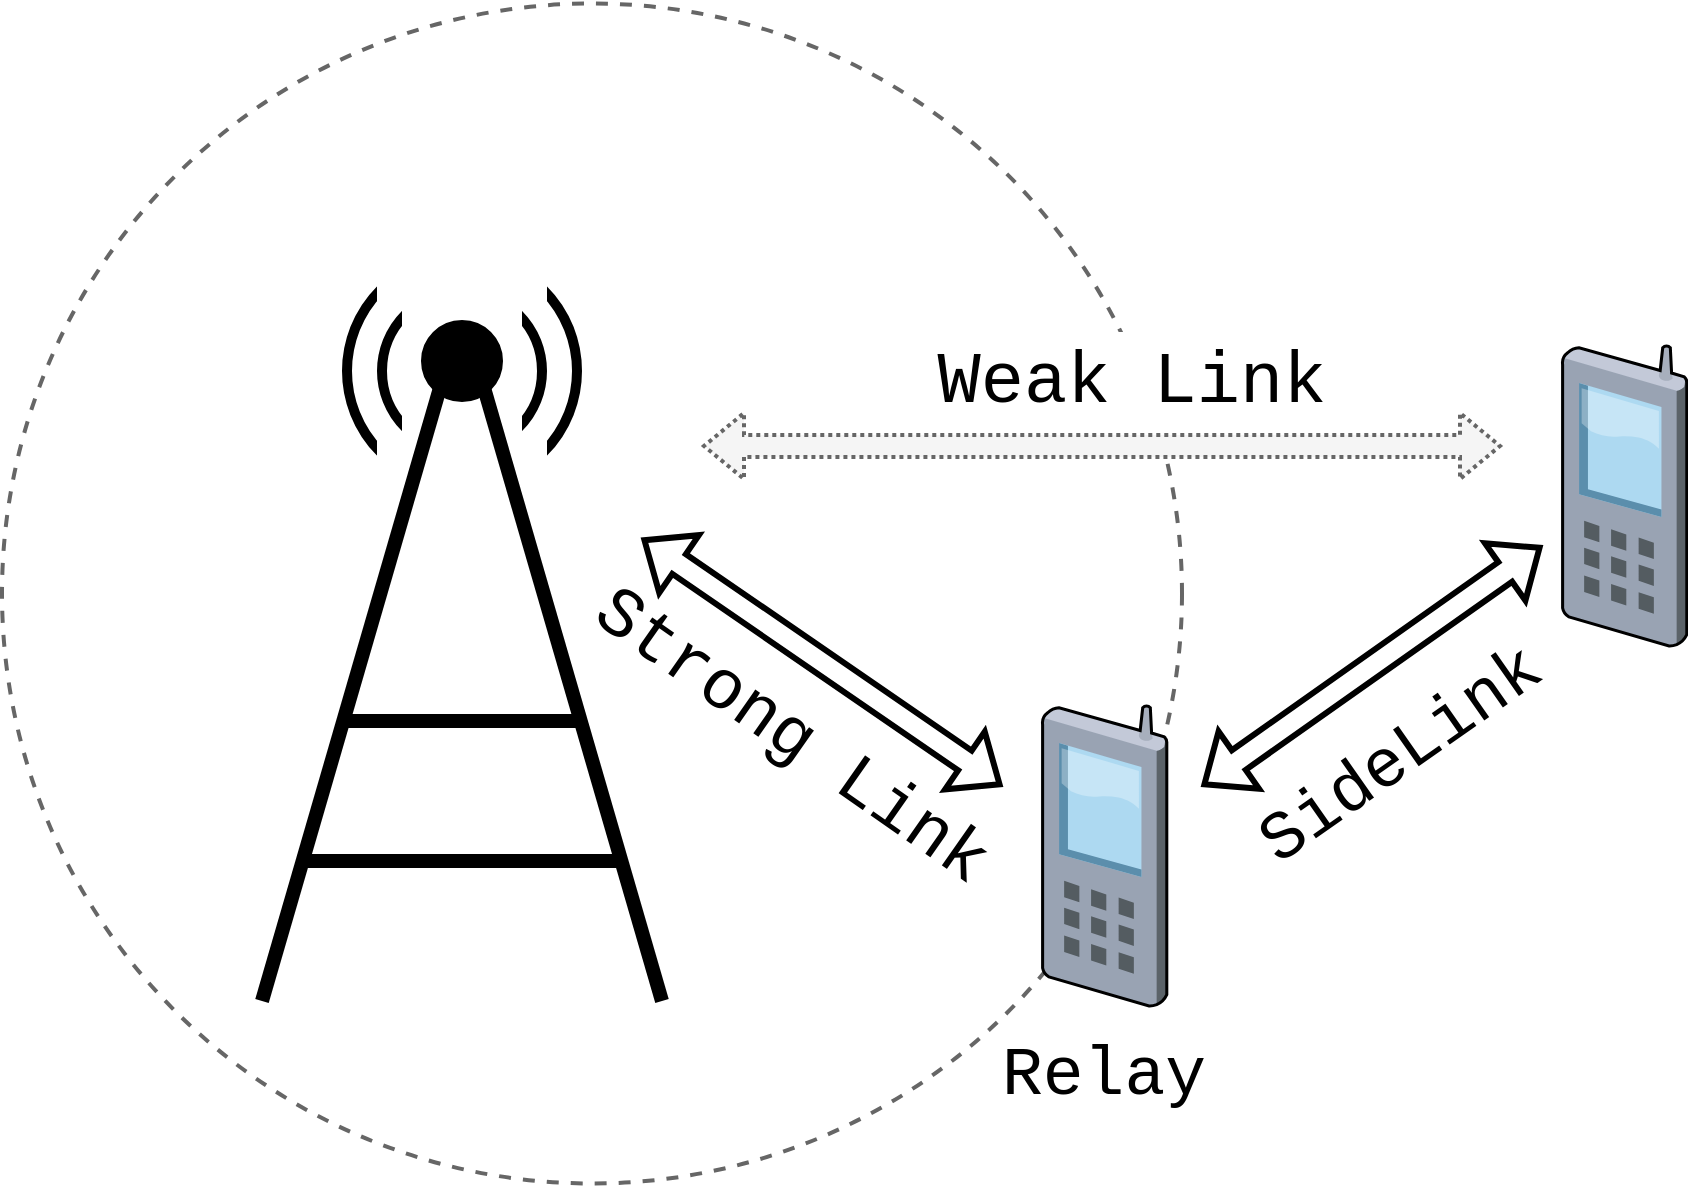
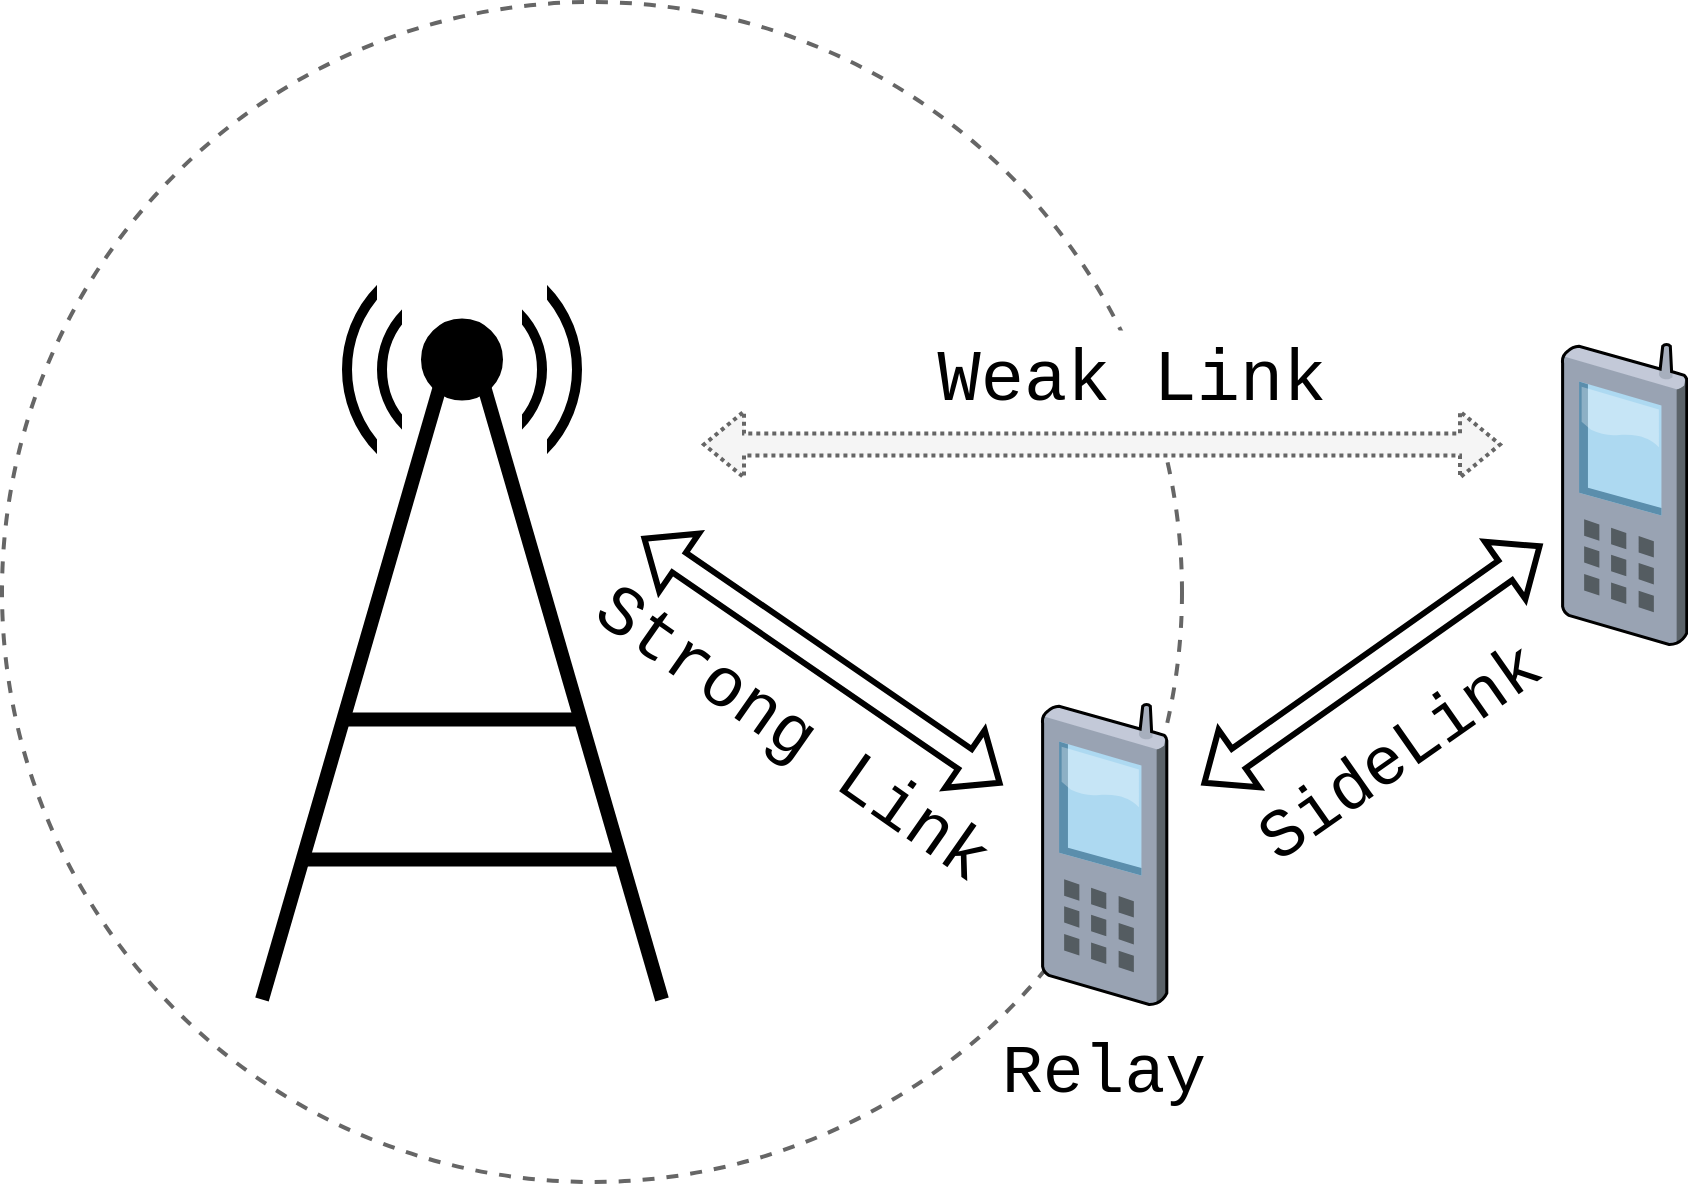
<mxfile host="app.diagrams.net" agent="Mozilla/5.0 (X11; Linux x86_64) AppleWebKit/537.36 (KHTML, like Gecko) Chrome/134.0.0.0 Safari/537.36" version="26.1.1">
  <diagram name="Page-1" id="-uwalU-gOkYBw5ut_4Op">
-     <mxGraphModel dx="2804" dy="2177" grid="1" gridSize="10" guides="1" tooltips="1" connect="1" arrows="1" fold="1" page="1" pageScale="1" pageWidth="850" pageHeight="1100" math="0" shadow="0">
+     <mxGraphModel dx="1954" dy="1077" grid="1" gridSize="10" guides="1" tooltips="1" connect="1" arrows="1" fold="1" page="1" pageScale="1" pageWidth="850" pageHeight="1100" math="0" shadow="0">
      <root>
        <mxCell id="0" />
        <mxCell id="1" parent="0" />
        <mxCell id="tKKFt0F89F9XqecX8rig-29" value="" style="ellipse;whiteSpace=wrap;html=1;aspect=fixed;fillColor=none;dashed=1;strokeWidth=2;fontColor=#333333;strokeColor=#666666;" parent="1" vertex="1">
-           <mxGeometry x="-30" y="-61.25" width="590" height="590" as="geometry" />
+           <mxGeometry x="4" y="80" width="590" height="590" as="geometry" />
        </mxCell>
        <mxCell id="tKKFt0F89F9XqecX8rig-32" value="" style="group" parent="1" vertex="1" connectable="0">
-           <mxGeometry x="100" y="30" width="200" height="407.5" as="geometry" />
+           <mxGeometry x="134" y="171.25" width="200" height="407.5" as="geometry" />
        </mxCell>
        <mxCell id="tKKFt0F89F9XqecX8rig-21" value="" style="ellipse;whiteSpace=wrap;html=1;aspect=fixed;fillColor=none;strokeWidth=5;" parent="tKKFt0F89F9XqecX8rig-32" vertex="1">
          <mxGeometry x="42.5" y="35" width="115" height="115" as="geometry" />
        </mxCell>
        <mxCell id="tKKFt0F89F9XqecX8rig-26" value="" style="rounded=0;whiteSpace=wrap;html=1;strokeColor=none;" parent="tKKFt0F89F9XqecX8rig-32" vertex="1">
          <mxGeometry x="57.5" width="85" height="185" as="geometry" />
        </mxCell>
        <mxCell id="tKKFt0F89F9XqecX8rig-19" value="" style="ellipse;whiteSpace=wrap;html=1;aspect=fixed;fillColor=none;strokeWidth=5;" parent="tKKFt0F89F9XqecX8rig-32" vertex="1">
          <mxGeometry x="60" y="52.5" width="80" height="80" as="geometry" />
        </mxCell>
        <mxCell id="tKKFt0F89F9XqecX8rig-20" value="" style="rounded=0;whiteSpace=wrap;html=1;strokeColor=none;" parent="tKKFt0F89F9XqecX8rig-32" vertex="1">
          <mxGeometry x="70" y="12.5" width="60" height="150" as="geometry" />
        </mxCell>
        <mxCell id="tKKFt0F89F9XqecX8rig-16" value="" style="endArrow=none;html=1;rounded=0;strokeWidth=7;" parent="tKKFt0F89F9XqecX8rig-32" edge="1">
          <mxGeometry width="50" height="50" relative="1" as="geometry">
            <mxPoint x="40" y="267.5" as="sourcePoint" />
            <mxPoint x="160" y="267.5" as="targetPoint" />
          </mxGeometry>
        </mxCell>
        <mxCell id="tKKFt0F89F9XqecX8rig-18" value="" style="endArrow=none;html=1;rounded=0;strokeWidth=7;" parent="tKKFt0F89F9XqecX8rig-32" edge="1">
          <mxGeometry width="50" height="50" relative="1" as="geometry">
            <mxPoint x="20" y="337.5" as="sourcePoint" />
            <mxPoint x="180" y="337.5" as="targetPoint" />
          </mxGeometry>
        </mxCell>
        <mxCell id="tKKFt0F89F9XqecX8rig-17" value="" style="ellipse;whiteSpace=wrap;html=1;aspect=fixed;fillColor=#000000;" parent="tKKFt0F89F9XqecX8rig-32" vertex="1">
          <mxGeometry x="80" y="67.5" width="40" height="40" as="geometry" />
        </mxCell>
        <mxCell id="tKKFt0F89F9XqecX8rig-15" value="" style="endArrow=none;html=1;rounded=0;strokeWidth=7;" parent="tKKFt0F89F9XqecX8rig-32" edge="1">
          <mxGeometry width="50" height="50" relative="1" as="geometry">
            <mxPoint x="200" y="407.5" as="sourcePoint" />
            <mxPoint x="110" y="97.5" as="targetPoint" />
          </mxGeometry>
        </mxCell>
        <mxCell id="tKKFt0F89F9XqecX8rig-14" value="" style="endArrow=none;html=1;rounded=0;strokeWidth=7;" parent="tKKFt0F89F9XqecX8rig-32" edge="1">
          <mxGeometry width="50" height="50" relative="1" as="geometry">
            <mxPoint y="407.5" as="sourcePoint" />
            <mxPoint x="90" y="97.5" as="targetPoint" />
          </mxGeometry>
        </mxCell>
        <mxCell id="tKKFt0F89F9XqecX8rig-33" value="" style="endArrow=classic;startArrow=classic;html=1;rounded=0;strokeWidth=3;shape=flexArrow;" parent="1" edge="1">
          <mxGeometry width="50" height="50" relative="1" as="geometry">
-             <mxPoint x="290" y="206.25" as="sourcePoint" />
-             <mxPoint x="470" y="330" as="targetPoint" />
+             <mxPoint x="324" y="347.5" as="sourcePoint" />
+             <mxPoint x="504" y="471.25" as="targetPoint" />
          </mxGeometry>
        </mxCell>
        <mxCell id="tKKFt0F89F9XqecX8rig-34" value="" style="endArrow=classic;startArrow=classic;html=1;rounded=0;strokeWidth=3;shape=flexArrow;" parent="1" edge="1">
          <mxGeometry width="50" height="50" relative="1" as="geometry">
-             <mxPoint x="570" y="330" as="sourcePoint" />
-             <mxPoint x="740" y="210" as="targetPoint" />
+             <mxPoint x="604" y="471.25" as="sourcePoint" />
+             <mxPoint x="774" y="351.25" as="targetPoint" />
          </mxGeometry>
        </mxCell>
        <mxCell id="tKKFt0F89F9XqecX8rig-36" value="" style="endArrow=classic;startArrow=classic;html=1;rounded=0;strokeWidth=2;shape=flexArrow;dashed=1;dashPattern=1 1;fillColor=#f5f5f5;strokeColor=#666666;" parent="1" edge="1">
          <mxGeometry width="50" height="50" relative="1" as="geometry">
-             <mxPoint x="320" y="160" as="sourcePoint" />
-             <mxPoint x="720" y="160" as="targetPoint" />
+             <mxPoint x="354" y="301.25" as="sourcePoint" />
+             <mxPoint x="754" y="301.25" as="targetPoint" />
          </mxGeometry>
        </mxCell>
        <mxCell id="tKKFt0F89F9XqecX8rig-39" value="&lt;font style=&quot;font-size: 36px;&quot;&gt;Weak Link&lt;/font&gt;" style="text;html=1;align=center;verticalAlign=middle;whiteSpace=wrap;rounded=0;fillColor=default;fontFamily=Courier New;" parent="1" vertex="1">
-           <mxGeometry x="425" y="103" width="220" height="50" as="geometry" />
+           <mxGeometry x="459" y="244.25" width="220" height="50" as="geometry" />
        </mxCell>
        <mxCell id="tKKFt0F89F9XqecX8rig-40" value="&lt;font style=&quot;font-size: 35px;&quot;&gt;Strong Link&lt;/font&gt;" style="text;html=1;align=center;verticalAlign=middle;whiteSpace=wrap;rounded=0;rotation=35;fontFamily=Courier New;" parent="1" vertex="1">
-           <mxGeometry x="240" y="290" width="250" height="30" as="geometry" />
+           <mxGeometry x="274" y="431.25" width="250" height="30" as="geometry" />
        </mxCell>
        <mxCell id="tKKFt0F89F9XqecX8rig-41" value="&lt;font style=&quot;font-size: 34px;&quot;&gt;SideLink&lt;/font&gt;" style="text;html=1;align=center;verticalAlign=middle;whiteSpace=wrap;rounded=0;rotation=-35;fontFamily=Courier New;" parent="1" vertex="1">
-           <mxGeometry x="570" y="300" width="200" height="30" as="geometry" />
+           <mxGeometry x="604" y="441.25" width="200" height="30" as="geometry" />
        </mxCell>
        <mxCell id="tKKFt0F89F9XqecX8rig-44" value="" style="verticalLabelPosition=bottom;sketch=0;aspect=fixed;html=1;verticalAlign=top;strokeColor=none;align=center;outlineConnect=0;shape=mxgraph.citrix.cell_phone;" parent="1" vertex="1">
-           <mxGeometry x="490" y="290" width="62.5" height="150" as="geometry" />
+           <mxGeometry x="524" y="431.25" width="62.5" height="150" as="geometry" />
        </mxCell>
        <mxCell id="tKKFt0F89F9XqecX8rig-45" value="" style="verticalLabelPosition=bottom;sketch=0;aspect=fixed;html=1;verticalAlign=top;strokeColor=none;align=center;outlineConnect=0;shape=mxgraph.citrix.cell_phone;" parent="1" vertex="1">
-           <mxGeometry x="750" y="110" width="62.5" height="150" as="geometry" />
+           <mxGeometry x="784" y="251.25" width="62.5" height="150" as="geometry" />
        </mxCell>
        <mxCell id="tKKFt0F89F9XqecX8rig-46" value="&lt;font style=&quot;font-size: 34px;&quot; face=&quot;Courier New&quot;&gt;Relay&lt;/font&gt;" style="text;html=1;align=center;verticalAlign=middle;whiteSpace=wrap;rounded=0;" parent="1" vertex="1">
-           <mxGeometry x="491.25" y="460" width="60" height="30" as="geometry" />
+           <mxGeometry x="525.25" y="601.25" width="60" height="30" as="geometry" />
        </mxCell>
      </root>
    </mxGraphModel>
  </diagram>
</mxfile>
